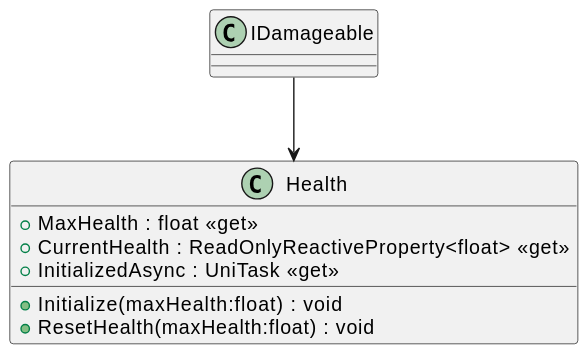
The PlantUML diagram plantuml/out/Player/Health.svg in asterisk-cn/RougueShooter, before a commit.
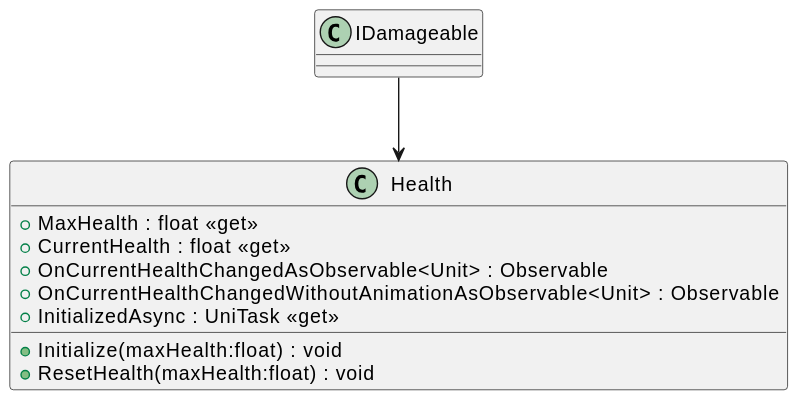
The same diagram one commit later.

The edit, as a diff of the source:
```diff
@@ -1,7 +1,9 @@
 @startuml
 class Health {
     + MaxHealth : float <<get>>
-    + CurrentHealth : ReadOnlyReactiveProperty<float> <<get>>
+    + CurrentHealth : float <<get>>
+    + OnCurrentHealthChangedAsObservable<Unit> : Observable
+    + OnCurrentHealthChangedWithoutAnimationAsObservable<Unit> : Observable
     + InitializedAsync : UniTask <<get>>
     + Initialize(maxHealth:float) : void
     + ResetHealth(maxHealth:float) : void
```
